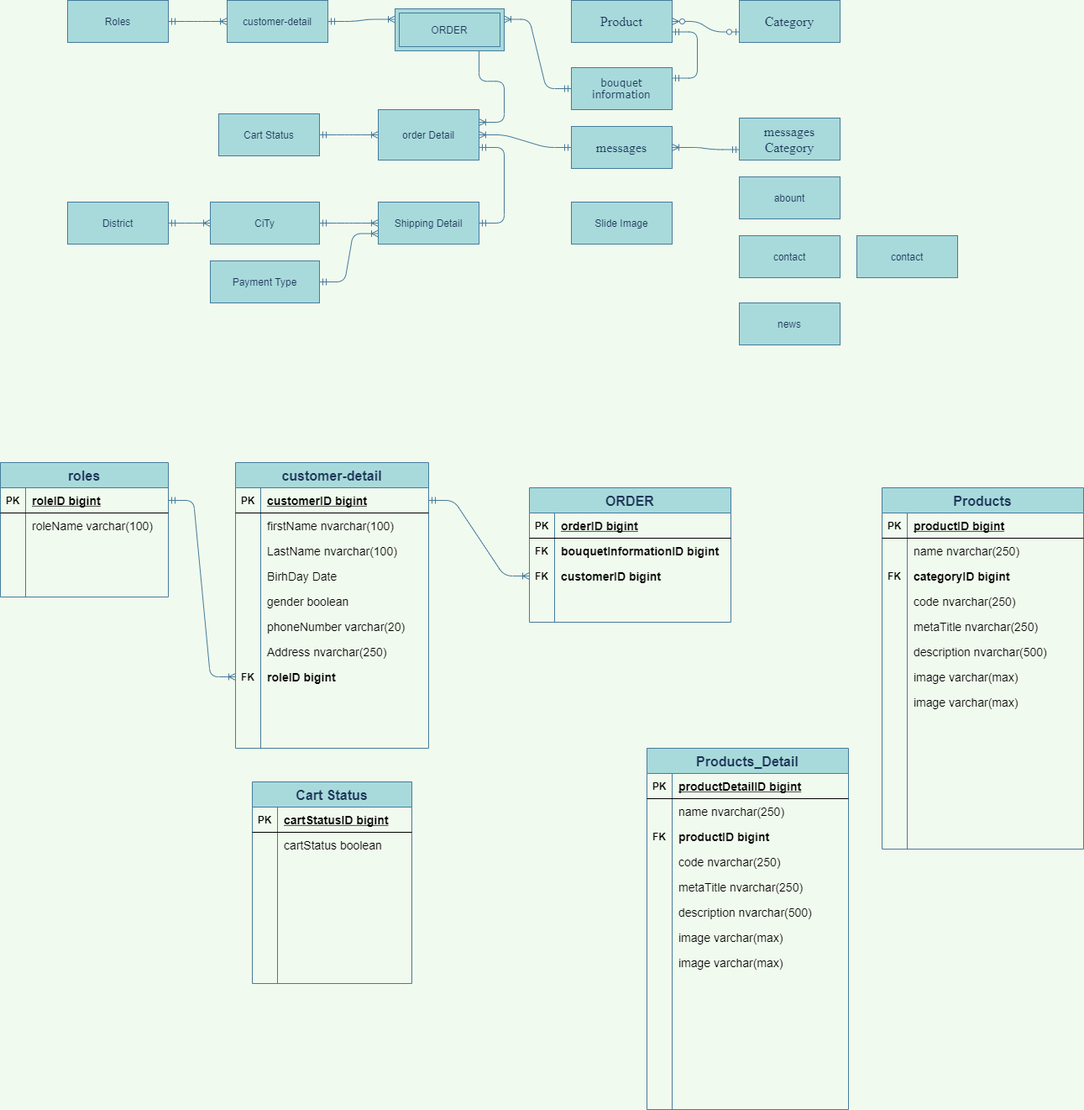
The draw.io diagram Untitled Diagram.png in maialino123/Eproject-SEM3, before a commit. Source tidied: cells renumbered, new cells last; positions are measured from the earlier drawing's top-left corner, leaving out a move shared by most shapes.
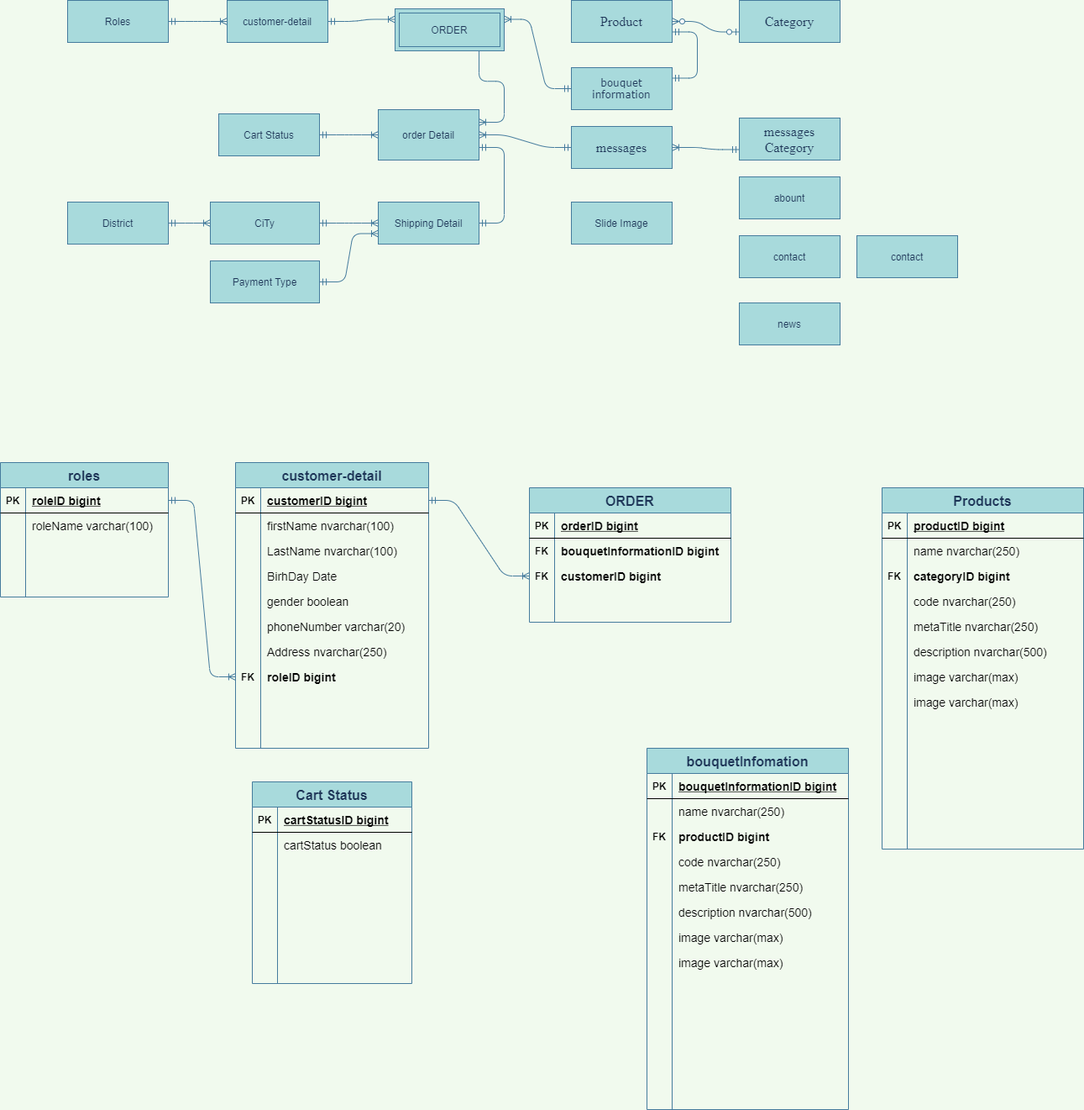
Above is the later version.

The edit, as a diff of the source:
```diff
@@ -398,7 +398,7 @@
     <mxCell id="133" value="image varchar(max)" style="shape=partialRectangle;fillColor=none;top=0;left=0;bottom=0;right=0;align=left;spacingLeft=6;overflow=hidden;fontSize=14;" parent="131" vertex="1">
       <mxGeometry x="30" width="210" height="30" as="geometry" />
     </mxCell>
-    <mxCell id="134" value="Products_Detail" style="shape=table;startSize=30;rowLines=0;fontStyle=1;align=center;rounded=0;sketch=0;fontSize=16;fontColor=#1D3557;strokeColor=#457B9D;fillColor=#A8DADC;" parent="1" vertex="1">
+    <mxCell id="134" value="bouquetInfomation" style="shape=table;startSize=30;rowLines=0;fontStyle=1;align=center;rounded=0;sketch=0;fontSize=16;fontColor=#1D3557;strokeColor=#457B9D;fillColor=#A8DADC;" parent="1" vertex="1">
       <mxGeometry x="770" y="890" width="240" height="430" as="geometry" />
     </mxCell>
     <mxCell id="135" style="shape=partialRectangle;fillColor=none;top=0;left=0;bottom=1;right=0;" parent="134" vertex="1">
@@ -407,7 +407,7 @@
     <mxCell id="136" value="PK" style="shape=partialRectangle;fillColor=none;top=0;left=0;bottom=0;right=0;fontStyle=1;overflow=hidden;" parent="135" vertex="1">
       <mxGeometry width="30" height="30" as="geometry" />
     </mxCell>
-    <mxCell id="137" value="productDetailID bigint" style="shape=partialRectangle;fillColor=none;top=0;left=0;bottom=0;right=0;align=left;spacingLeft=6;fontStyle=5;overflow=hidden;fontSize=14;" parent="135" vertex="1">
+    <mxCell id="137" value="bouquetInformationID bigint" style="shape=partialRectangle;fillColor=none;top=0;left=0;bottom=0;right=0;align=left;spacingLeft=6;fontStyle=5;overflow=hidden;fontSize=14;" parent="135" vertex="1">
       <mxGeometry x="30" width="210" height="30" as="geometry" />
     </mxCell>
     <mxCell id="138" style="shape=partialRectangle;fillColor=none;top=0;left=0;bottom=0;right=0;" parent="134" vertex="1">
```
